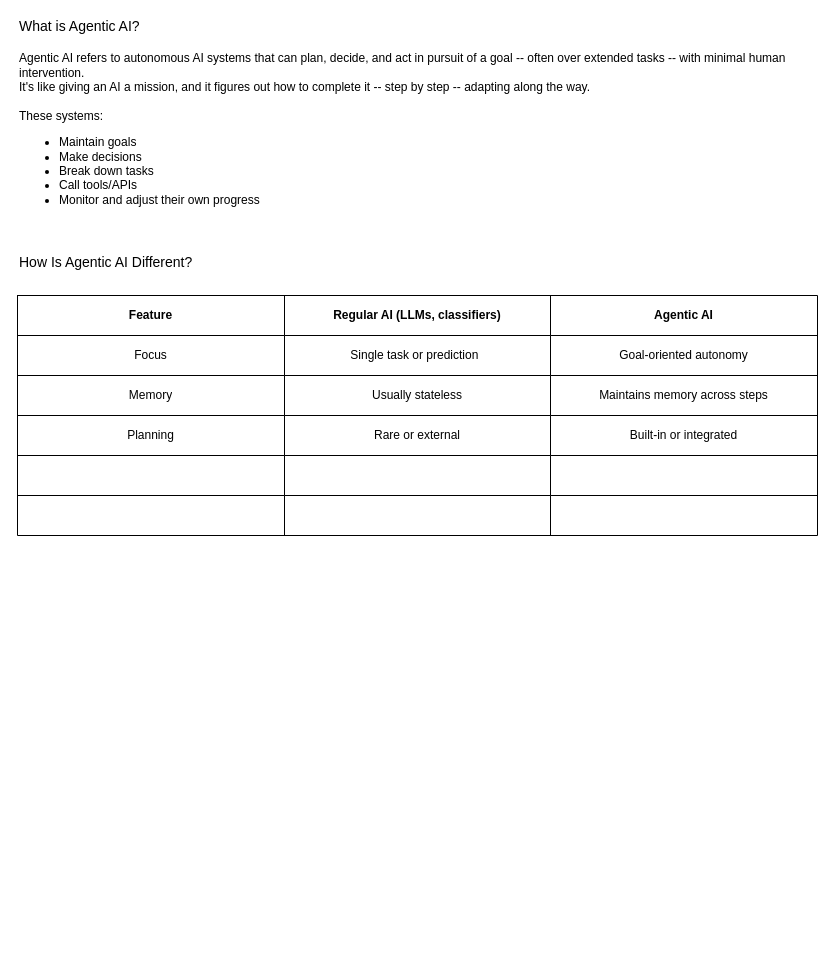
tyk1hc/drawio keeps this draw.io diagram as AgenticAI.drawio. Above is the earlier version. Source tidied: cells renumbered, new cells numbered last; positions are measured from the earlier drawing's top-left corner, leaving out a move shared by most shapes. Both pictures are drawn from the tidied source at 100%, with x=0, y=0 at pixel (17, 45).
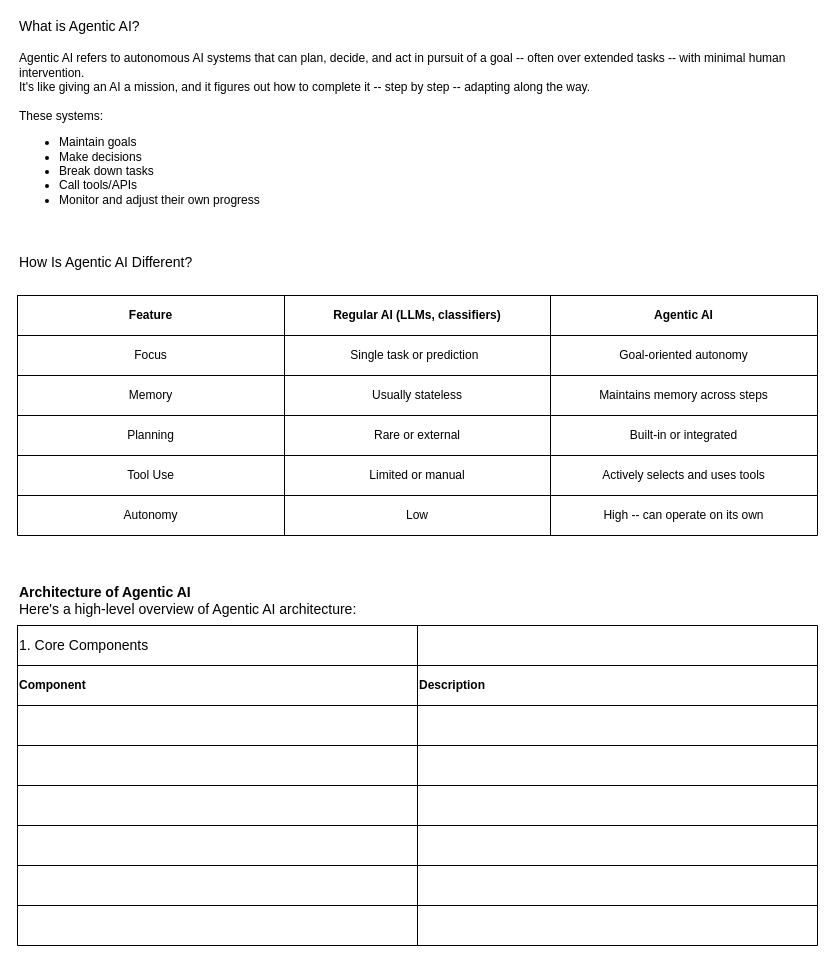
Above is the later version.

The change refers to these unchanged cells:
```xml
<mxCell id="21" style="shape=tableRow;horizontal=0;startSize=0;swimlaneHead=0;swimlaneBody=0;strokeColor=inherit;top=0;left=0;bottom=0;right=0;fillColor=none;" parent="4" vertex="1">
  <mxGeometry y="160" width="800" height="40" as="geometry" />
</mxCell>
<mxCell id="25" style="shape=tableRow;horizontal=0;startSize=0;swimlaneHead=0;swimlaneBody=0;strokeColor=inherit;top=0;left=0;bottom=0;right=0;fillColor=none;" parent="4" vertex="1">
  <mxGeometry y="200" width="800" height="40" as="geometry" />
</mxCell>
```

Change to the diagram source:
```diff
@@
-    <mxCell id="22" style="shape=partialRectangle;html=1;whiteSpace=wrap;strokeColor=inherit;overflow=hidden;fillColor=none;top=0;left=0;bottom=0;right=0;" parent="21" vertex="1">
+    <mxCell id="22" value="Tool Use" style="shape=partialRectangle;html=1;whiteSpace=wrap;strokeColor=inherit;overflow=hidden;fillColor=none;top=0;left=0;bottom=0;right=0;" parent="21" vertex="1">
       <mxGeometry width="267" height="40" as="geometry" />
     </mxCell>
-    <mxCell id="23" style="shape=partialRectangle;html=1;whiteSpace=wrap;strokeColor=inherit;overflow=hidden;fillColor=none;top=0;left=0;bottom=0;right=0;" parent="21" vertex="1">
+    <mxCell id="23" value="Limited or manual" style="shape=partialRectangle;html=1;whiteSpace=wrap;strokeColor=inherit;overflow=hidden;fillColor=none;top=0;left=0;bottom=0;right=0;" parent="21" vertex="1">
       <mxGeometry x="267" width="266" height="40" as="geometry" />
     </mxCell>
-    <mxCell id="24" style="shape=partialRectangle;html=1;whiteSpace=wrap;strokeColor=inherit;overflow=hidden;fillColor=none;top=0;left=0;bottom=0;right=0;" parent="21" vertex="1">
+    <mxCell id="24" value="Actively selects and uses tools" style="shape=partialRectangle;html=1;whiteSpace=wrap;strokeColor=inherit;overflow=hidden;fillColor=none;top=0;left=0;bottom=0;right=0;" parent="21" vertex="1">
       <mxGeometry x="533" width="267" height="40" as="geometry" />
     </mxCell>
@@
-    <mxCell id="26" style="shape=partialRectangle;html=1;whiteSpace=wrap;strokeColor=inherit;overflow=hidden;fillColor=none;top=0;left=0;bottom=0;right=0;" parent="25" vertex="1">
+    <mxCell id="26" value="Autonomy" style="shape=partialRectangle;html=1;whiteSpace=wrap;strokeColor=inherit;overflow=hidden;fillColor=none;top=0;left=0;bottom=0;right=0;" parent="25" vertex="1">
       <mxGeometry width="267" height="40" as="geometry" />
     </mxCell>
-    <mxCell id="27" style="shape=partialRectangle;html=1;whiteSpace=wrap;strokeColor=inherit;overflow=hidden;fillColor=none;top=0;left=0;bottom=0;right=0;" parent="25" vertex="1">
+    <mxCell id="27" value="Low" style="shape=partialRectangle;html=1;whiteSpace=wrap;strokeColor=inherit;overflow=hidden;fillColor=none;top=0;left=0;bottom=0;right=0;" parent="25" vertex="1">
       <mxGeometry x="267" width="266" height="40" as="geometry" />
     </mxCell>
-    <mxCell id="28" style="shape=partialRectangle;html=1;whiteSpace=wrap;strokeColor=inherit;overflow=hidden;fillColor=none;top=0;left=0;bottom=0;right=0;" parent="25" vertex="1">
+    <mxCell id="28" value="High -- can operate on its own" style="shape=partialRectangle;html=1;whiteSpace=wrap;strokeColor=inherit;overflow=hidden;fillColor=none;top=0;left=0;bottom=0;right=0;" parent="25" vertex="1">
       <mxGeometry x="533" width="267" height="40" as="geometry" />
     </mxCell>
+    <mxCell id="29" value="&lt;div&gt;&lt;b&gt;Architecture of Agentic AI&lt;/b&gt;&lt;/div&gt;&lt;div&gt;Here's a high-level overview of Agentic AI architecture:&lt;br&gt;&lt;/div&gt;" style="text;html=1;align=left;verticalAlign=middle;whiteSpace=wrap;rounded=0;fontSize=14;" parent="1" vertex="1">
+      <mxGeometry y="540" width="800" height="30" as="geometry" />
+    </mxCell>
+    <mxCell id="30" style="shape=table;startSize=0;childLayout=tableLayout;" parent="1" vertex="1">
+      <mxGeometry y="580" width="800" height="320" as="geometry" />
+    </mxCell>
+    <mxCell id="31" style="shape=tableRow;horizontal=0;startSize=0;swimlaneHead=0;swimlaneBody=0;strokeColor=inherit;top=0;left=0;bottom=0;right=0;fillColor=none;" parent="30" vertex="1">
+      <mxGeometry width="800" height="40" as="geometry" />
+    </mxCell>
+    <mxCell id="32" value="&lt;font style=&quot;font-size: 14px;&quot;&gt;1. Core Components&lt;/font&gt;" style="shape=partialRectangle;html=1;whiteSpace=wrap;strokeColor=inherit;overflow=hidden;fillColor=none;top=0;left=0;bottom=0;right=0;align=left;" parent="31" vertex="1">
+      <mxGeometry width="400" height="40" as="geometry" />
+    </mxCell>
+    <mxCell id="33" style="shape=partialRectangle;html=1;whiteSpace=wrap;strokeColor=inherit;overflow=hidden;fillColor=none;top=0;left=0;bottom=0;right=0;" parent="31" vertex="1">
+      <mxGeometry x="400" width="400" height="40" as="geometry" />
+    </mxCell>
+    <mxCell id="34" style="shape=tableRow;horizontal=0;startSize=0;swimlaneHead=0;swimlaneBody=0;strokeColor=inherit;top=0;left=0;bottom=0;right=0;fillColor=none;" parent="30" vertex="1">
+      <mxGeometry y="40" width="800" height="40" as="geometry" />
+    </mxCell>
+    <mxCell id="35" value="&lt;b&gt;Component&lt;span style=&quot;white-space: pre;&quot;&gt;&#9;&lt;/span&gt;&lt;/b&gt;" style="shape=partialRectangle;html=1;whiteSpace=wrap;strokeColor=inherit;overflow=hidden;fillColor=none;top=0;left=0;bottom=0;right=0;align=left;" parent="34" vertex="1">
+      <mxGeometry width="400" height="40" as="geometry" />
+    </mxCell>
+    <mxCell id="36" value="&lt;div align=&quot;left&quot;&gt;&lt;b&gt;Description&lt;/b&gt;&lt;/div&gt;" style="shape=partialRectangle;html=1;whiteSpace=wrap;strokeColor=inherit;overflow=hidden;fillColor=none;top=0;left=0;bottom=0;right=0;align=left;" parent="34" vertex="1">
+      <mxGeometry x="400" width="400" height="40" as="geometry" />
+    </mxCell>
+    <mxCell id="37" style="shape=tableRow;horizontal=0;startSize=0;swimlaneHead=0;swimlaneBody=0;strokeColor=inherit;top=0;left=0;bottom=0;right=0;fillColor=none;" parent="30" vertex="1">
+      <mxGeometry y="80" width="800" height="40" as="geometry" />
+    </mxCell>
+    <mxCell id="38" style="shape=partialRectangle;html=1;whiteSpace=wrap;strokeColor=inherit;overflow=hidden;fillColor=none;top=0;left=0;bottom=0;right=0;align=left;" parent="37" vertex="1">
+      <mxGeometry width="400" height="40" as="geometry" />
+    </mxCell>
+    <mxCell id="39" style="shape=partialRectangle;html=1;whiteSpace=wrap;strokeColor=inherit;overflow=hidden;fillColor=none;top=0;left=0;bottom=0;right=0;" parent="37" vertex="1">
+      <mxGeometry x="400" width="400" height="40" as="geometry" />
+    </mxCell>
+    <mxCell id="40" style="shape=tableRow;horizontal=0;startSize=0;swimlaneHead=0;swimlaneBody=0;strokeColor=inherit;top=0;left=0;bottom=0;right=0;fillColor=none;" parent="30" vertex="1">
+      <mxGeometry y="120" width="800" height="40" as="geometry" />
+    </mxCell>
+    <mxCell id="41" style="shape=partialRectangle;html=1;whiteSpace=wrap;strokeColor=inherit;overflow=hidden;fillColor=none;top=0;left=0;bottom=0;right=0;align=left;" parent="40" vertex="1">
+      <mxGeometry width="400" height="40" as="geometry" />
+    </mxCell>
+    <mxCell id="42" style="shape=partialRectangle;html=1;whiteSpace=wrap;strokeColor=inherit;overflow=hidden;fillColor=none;top=0;left=0;bottom=0;right=0;" parent="40" vertex="1">
+      <mxGeometry x="400" width="400" height="40" as="geometry" />
+    </mxCell>
+    <mxCell id="43" style="shape=tableRow;horizontal=0;startSize=0;swimlaneHead=0;swimlaneBody=0;strokeColor=inherit;top=0;left=0;bottom=0;right=0;fillColor=none;" parent="30" vertex="1">
+      <mxGeometry y="160" width="800" height="40" as="geometry" />
+    </mxCell>
+    <mxCell id="44" style="shape=partialRectangle;html=1;whiteSpace=wrap;strokeColor=inherit;overflow=hidden;fillColor=none;top=0;left=0;bottom=0;right=0;align=left;" parent="43" vertex="1">
+      <mxGeometry width="400" height="40" as="geometry" />
+    </mxCell>
+    <mxCell id="45" style="shape=partialRectangle;html=1;whiteSpace=wrap;strokeColor=inherit;overflow=hidden;fillColor=none;top=0;left=0;bottom=0;right=0;" parent="43" vertex="1">
+      <mxGeometry x="400" width="400" height="40" as="geometry" />
+    </mxCell>
+    <mxCell id="46" style="shape=tableRow;horizontal=0;startSize=0;swimlaneHead=0;swimlaneBody=0;strokeColor=inherit;top=0;left=0;bottom=0;right=0;fillColor=none;" parent="30" vertex="1">
+      <mxGeometry y="200" width="800" height="40" as="geometry" />
+    </mxCell>
+    <mxCell id="47" style="shape=partialRectangle;html=1;whiteSpace=wrap;strokeColor=inherit;overflow=hidden;fillColor=none;top=0;left=0;bottom=0;right=0;align=left;" parent="46" vertex="1">
+      <mxGeometry width="400" height="40" as="geometry" />
+    </mxCell>
+    <mxCell id="48" style="shape=partialRectangle;html=1;whiteSpace=wrap;strokeColor=inherit;overflow=hidden;fillColor=none;top=0;left=0;bottom=0;right=0;" parent="46" vertex="1">
+      <mxGeometry x="400" width="400" height="40" as="geometry" />
+    </mxCell>
+    <mxCell id="49" style="shape=tableRow;horizontal=0;startSize=0;swimlaneHead=0;swimlaneBody=0;strokeColor=inherit;top=0;left=0;bottom=0;right=0;fillColor=none;" parent="30" vertex="1">
+      <mxGeometry y="240" width="800" height="40" as="geometry" />
+    </mxCell>
+    <mxCell id="50" style="shape=partialRectangle;html=1;whiteSpace=wrap;strokeColor=inherit;overflow=hidden;fillColor=none;top=0;left=0;bottom=0;right=0;align=left;" parent="49" vertex="1">
+      <mxGeometry width="400" height="40" as="geometry" />
+    </mxCell>
+    <mxCell id="51" style="shape=partialRectangle;html=1;whiteSpace=wrap;strokeColor=inherit;overflow=hidden;fillColor=none;top=0;left=0;bottom=0;right=0;" parent="49" vertex="1">
+      <mxGeometry x="400" width="400" height="40" as="geometry" />
+    </mxCell>
+    <mxCell id="52" style="shape=tableRow;horizontal=0;startSize=0;swimlaneHead=0;swimlaneBody=0;strokeColor=inherit;top=0;left=0;bottom=0;right=0;fillColor=none;" parent="30" vertex="1">
+      <mxGeometry y="280" width="800" height="40" as="geometry" />
+    </mxCell>
+    <mxCell id="53" style="shape=partialRectangle;html=1;whiteSpace=wrap;strokeColor=inherit;overflow=hidden;fillColor=none;top=0;left=0;bottom=0;right=0;align=left;" parent="52" vertex="1">
+      <mxGeometry width="400" height="40" as="geometry" />
+    </mxCell>
+    <mxCell id="54" style="shape=partialRectangle;html=1;whiteSpace=wrap;strokeColor=inherit;overflow=hidden;fillColor=none;top=0;left=0;bottom=0;right=0;" parent="52" vertex="1">
+      <mxGeometry x="400" width="400" height="40" as="geometry" />
+    </mxCell>
```
